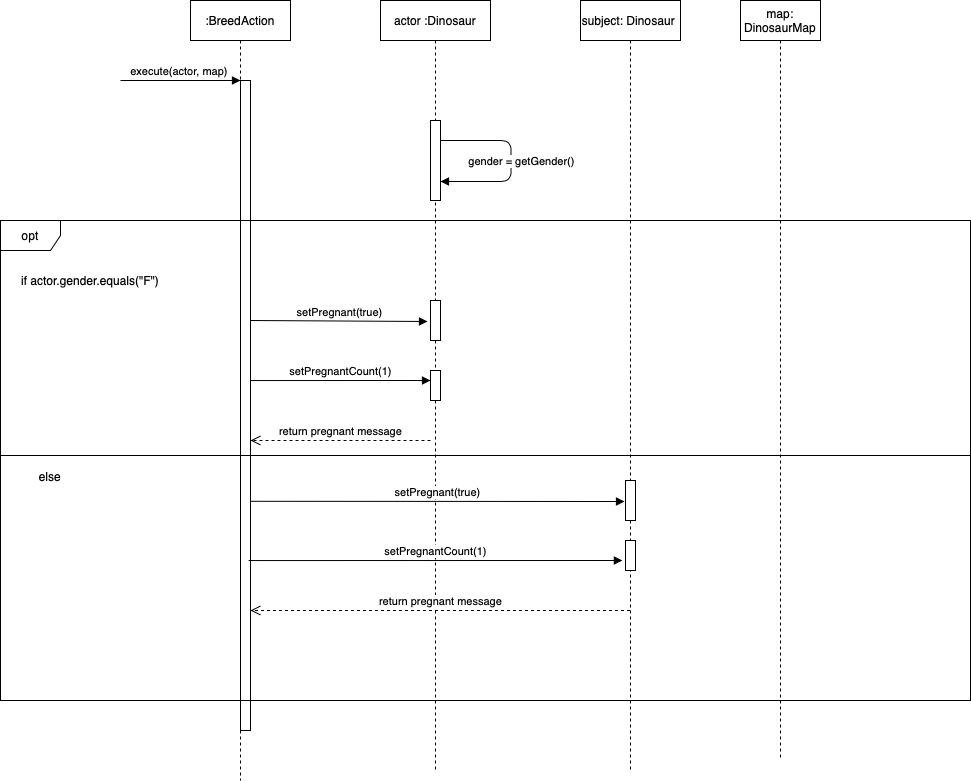
Earlier version of the draw.io export assignment_workings/BreedAction.execute.png (mltw/fit2099-jurassic-park-2021). Source tidied: cells renumbered, new cells last; positions are measured from the earlier drawing's top-left corner, leaving out a move shared by most shapes.
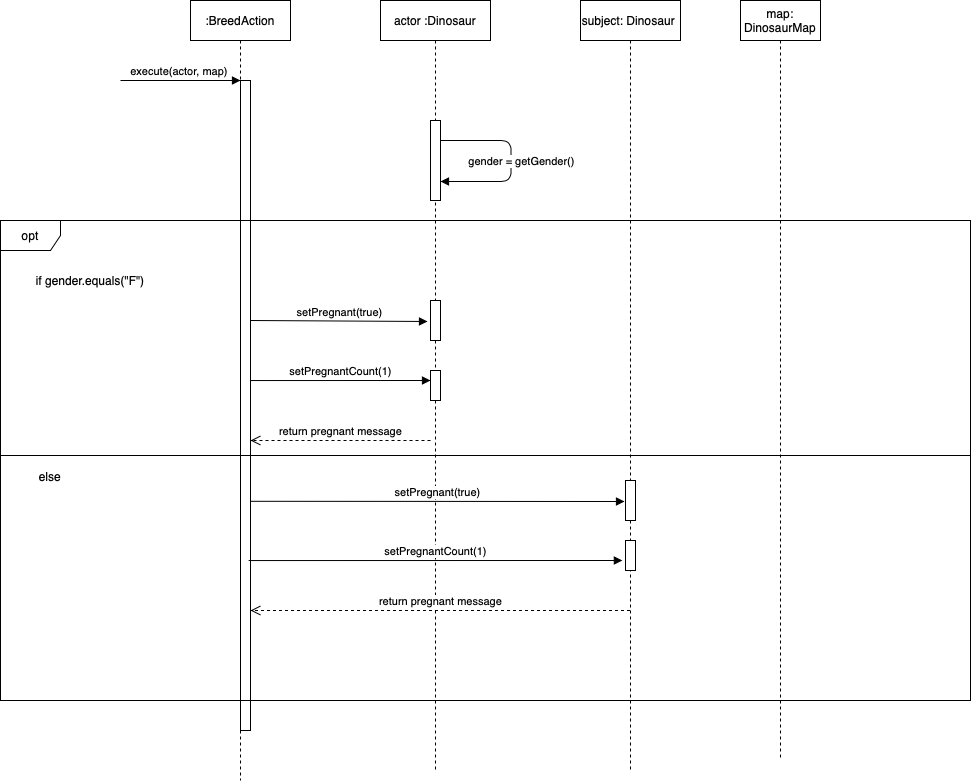
After the change.

Diff of the diagram source:
```diff
@@ -23,7 +23,7 @@
     <mxCell id="7" value="opt" style="shape=umlFrame;whiteSpace=wrap;html=1;" parent="1" vertex="1">
       <mxGeometry y="220" width="970" height="480" as="geometry" />
     </mxCell>
-    <mxCell id="8" value="if actor.gender.equals(&quot;F&quot;)" style="text;html=1;strokeColor=none;fillColor=none;align=center;verticalAlign=middle;whiteSpace=wrap;rounded=0;" parent="1" vertex="1">
+    <mxCell id="8" value="if gender.equals(&quot;F&quot;)" style="text;html=1;strokeColor=none;fillColor=none;align=center;verticalAlign=middle;whiteSpace=wrap;rounded=0;" parent="1" vertex="1">
       <mxGeometry x="10" y="240" width="160" height="80" as="geometry" />
     </mxCell>
     <mxCell id="9" value="&lt;font face=&quot;helvetica&quot;&gt;gender = getGender()&lt;/font&gt;" style="html=1;verticalAlign=bottom;endArrow=block;" parent="1" edge="1">
```
